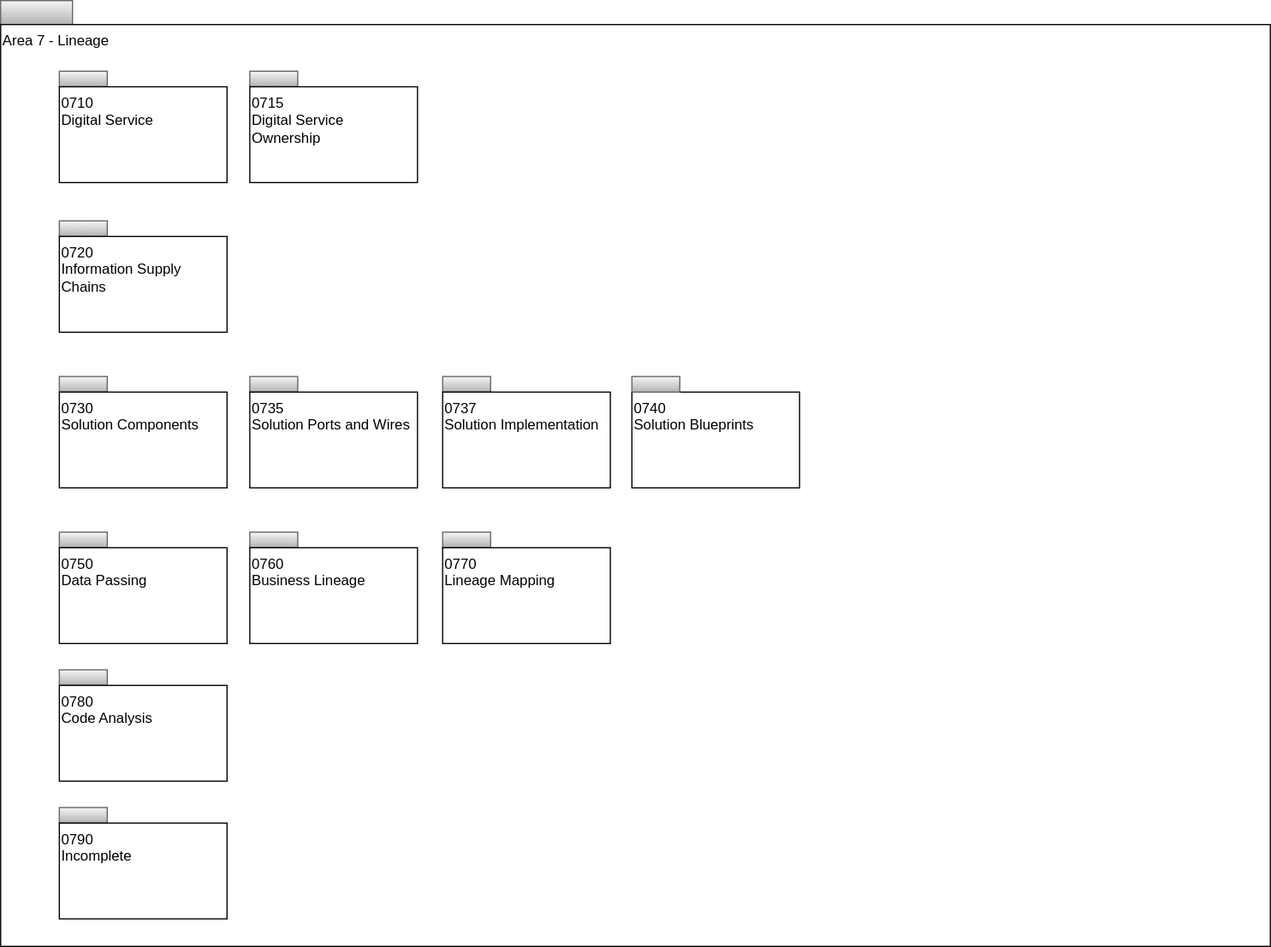
The draw.io diagram site/docs/types/7/area-7-lineage-overview.svg in odpi/egeria-docs, before a commit. Source tidied: cells renumbered, new cells last; positions are measured from the earlier drawing's top-left corner, leaving out a move shared by most shapes.
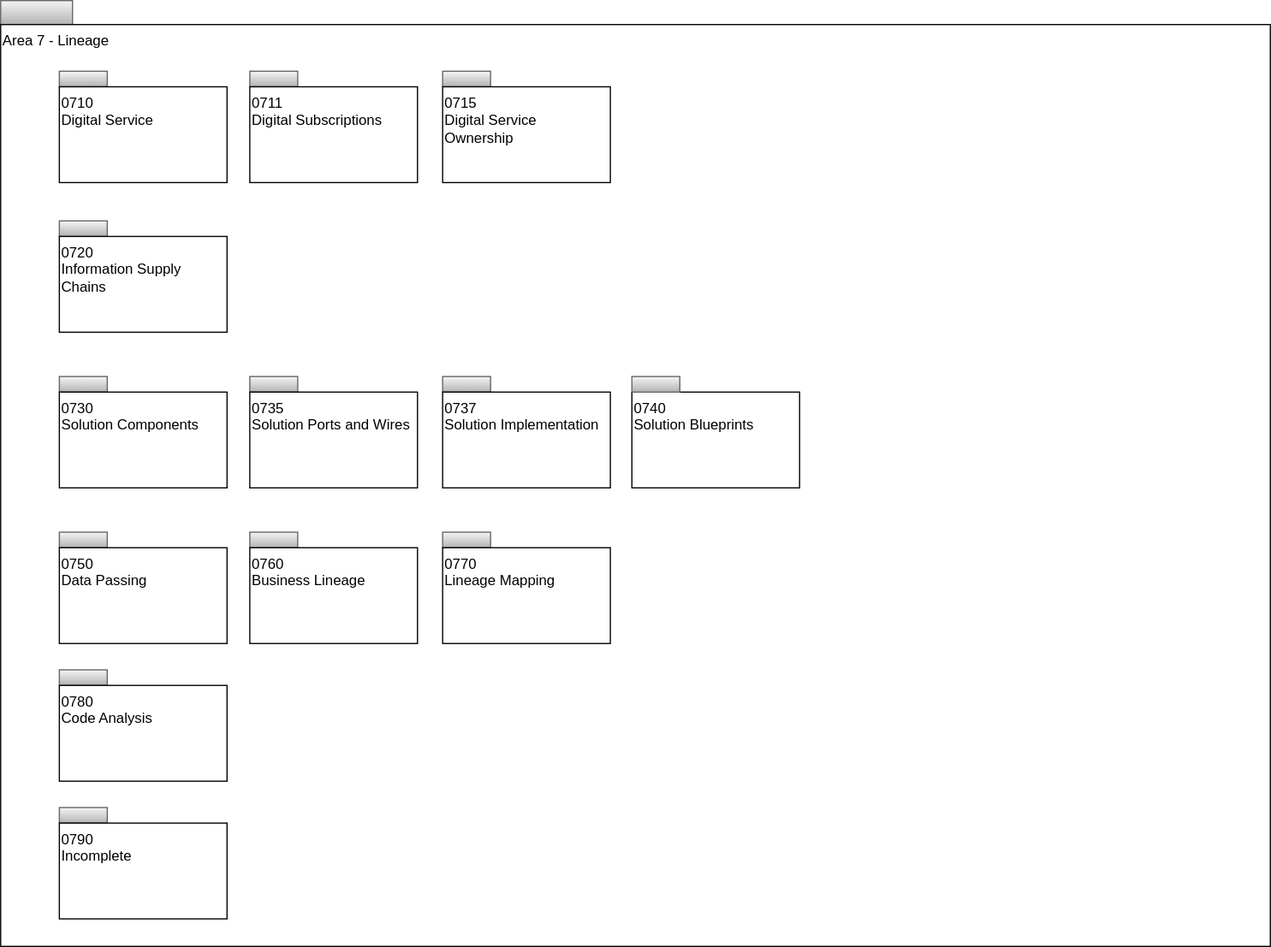
Later version of the same file.

Change to the diagram source:
```diff
@@ -17,7 +17,7 @@
     <mxCell id="6" style="rounded=0;whiteSpace=wrap;html=1;align=left;fillColor=#f5f5f5;strokeColor=#666666;gradientColor=#b3b3b3;" parent="1" vertex="1">
       <mxGeometry x="208" y="59" width="40" height="13" as="geometry" />
     </mxCell>
-    <mxCell id="7" value="0715&lt;br&gt;Digital Service&lt;br&gt;Ownership" style="rounded=0;whiteSpace=wrap;html=1;align=left;verticalAlign=top;" parent="1" vertex="1">
+    <mxCell id="7" value="0711&lt;br&gt;Digital Subscriptions" style="rounded=0;whiteSpace=wrap;html=1;align=left;verticalAlign=top;" parent="1" vertex="1">
       <mxGeometry x="208" y="72" width="140" height="80" as="geometry" />
     </mxCell>
     <mxCell id="8" style="rounded=0;whiteSpace=wrap;html=1;align=left;fillColor=#f5f5f5;strokeColor=#666666;gradientColor=#b3b3b3;" parent="1" vertex="1">
@@ -80,5 +80,11 @@
     <mxCell id="27" value="0790&lt;br&gt;Incomplete" style="rounded=0;whiteSpace=wrap;html=1;align=left;verticalAlign=top;" parent="1" vertex="1">
       <mxGeometry x="49" y="687" width="140" height="80" as="geometry" />
     </mxCell>
+    <mxCell id="28" style="rounded=0;whiteSpace=wrap;html=1;align=left;fillColor=#f5f5f5;strokeColor=#666666;gradientColor=#b3b3b3;" parent="1" vertex="1">
+      <mxGeometry x="369" y="59" width="40" height="13" as="geometry" />
+    </mxCell>
+    <mxCell id="29" value="0715&lt;br&gt;Digital Service&lt;br&gt;Ownership" style="rounded=0;whiteSpace=wrap;html=1;align=left;verticalAlign=top;" parent="1" vertex="1">
+      <mxGeometry x="369" y="72" width="140" height="80" as="geometry" />
+    </mxCell>
   </root>
 </mxGraphModel>
```
